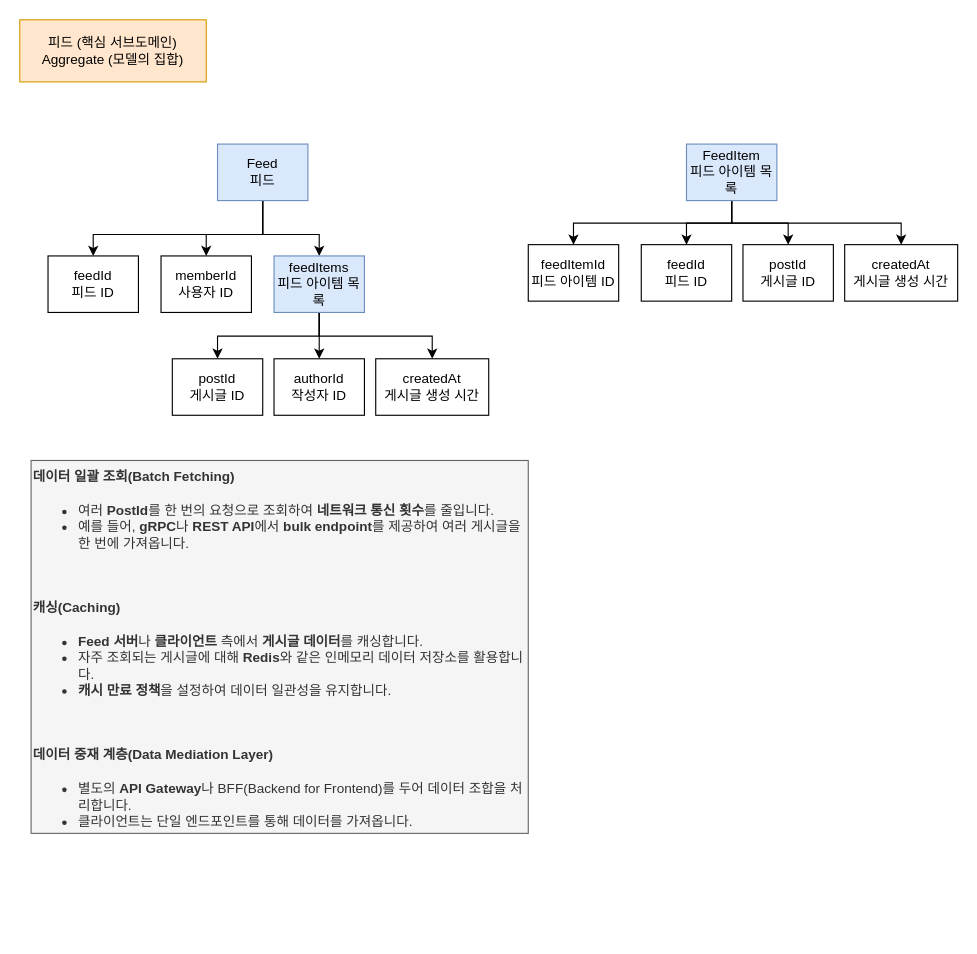
Earlier version of the draw.io diagram page "피드 - 서브 도메인" (9 of 12) of Pulse-msa.drawio (AmazingEffect/pulse-document). Source tidied: cells renumbered, new cells numbered last; positions are measured from the earlier drawing's top-left corner, leaving out a move shared by most shapes. Both pictures are drawn from the tidied source at 113%, with x=0, y=0 at pixel (19, 19).
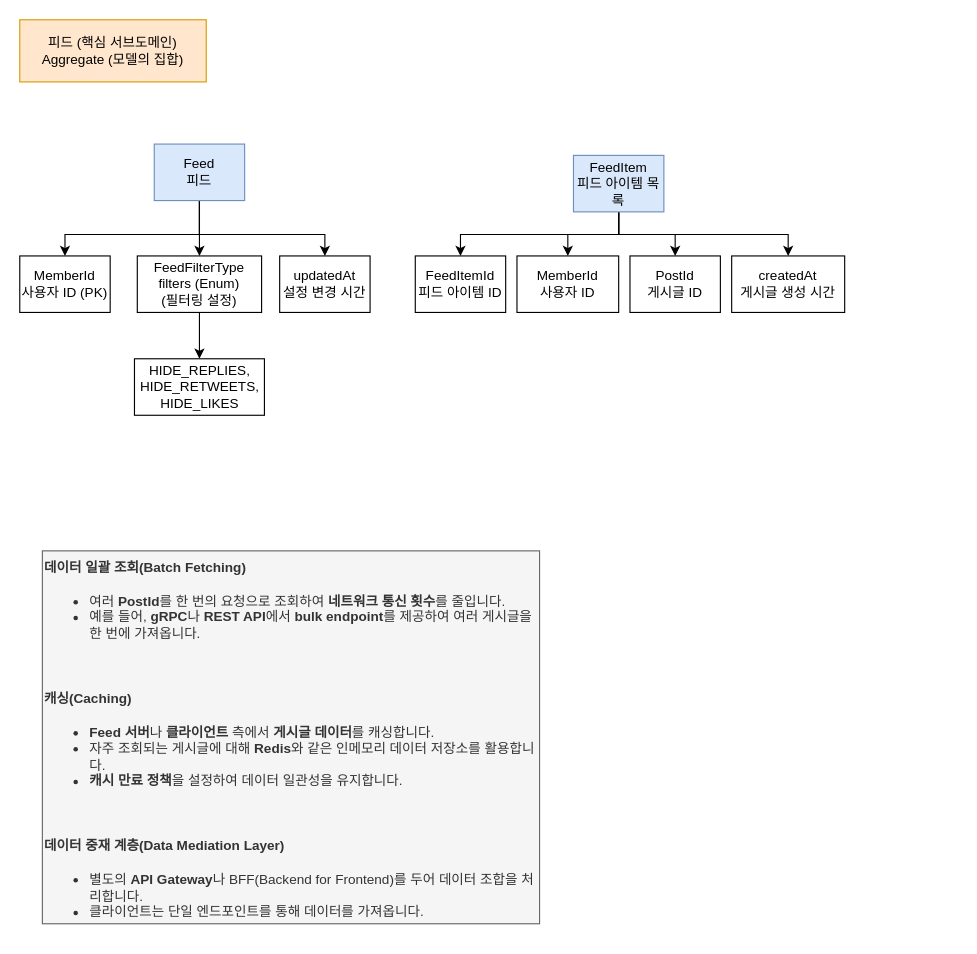
The same diagram, later.

What changed in the source:
```diff
@@
-    <mxCell id="3" style="edgeStyle=orthogonalEdgeStyle;rounded=0;jettySize=auto;html=1;" parent="1" edge="1" source="6" target="11">
-      <mxGeometry relative="1" as="geometry">
-        <Array as="points">
-          <mxPoint x="215" y="190" />
-          <mxPoint x="265" y="190" />
-        </Array>
-      </mxGeometry>
-    </mxCell>
     <mxCell id="4" style="edgeStyle=orthogonalEdgeStyle;rounded=0;jettySize=auto;html=1;entryX=0.5;entryY=0;entryDx=0;entryDy=0;" parent="1" edge="1" source="6" target="7">
       <mxGeometry relative="1" as="geometry">
         <Array as="points">
-          <mxPoint x="215" y="190" />
-          <mxPoint x="165" y="190" />
+          <mxPoint x="159" y="190" />
+          <mxPoint x="40" y="190" />
         </Array>
       </mxGeometry>
     </mxCell>
-    <mxCell id="5" style="edgeStyle=orthogonalEdgeStyle;rounded=0;jettySize=auto;html=1;entryX=0.5;entryY=0;entryDx=0;entryDy=0;" parent="1" edge="1" source="6" target="23">
-      <mxGeometry relative="1" as="geometry">
-        <Array as="points">
-          <mxPoint x="215" y="190" />
-          <mxPoint x="65" y="190" />
-        </Array>
-      </mxGeometry>
-    </mxCell>
+    <mxCell id="26" style="edgeStyle=orthogonalEdgeStyle;rounded=0;jettySize=auto;html=1;entryX=0.5;entryY=0;entryDx=0;entryDy=0;" parent="1" edge="1" source="6" target="30">
+      <mxGeometry relative="1" as="geometry" />
+    </mxCell>
+    <mxCell id="27" style="edgeStyle=orthogonalEdgeStyle;rounded=0;jettySize=auto;html=1;entryX=0.5;entryY=0;entryDx=0;entryDy=0;" parent="1" edge="1" source="6" target="28">
+      <mxGeometry relative="1" as="geometry">
+        <Array as="points">
+          <mxPoint x="159" y="190" />
+          <mxPoint x="270" y="190" />
+        </Array>
+      </mxGeometry>
+    </mxCell>
     <mxCell id="6" value="Feed&lt;br&gt;피드" style="rounded=0;whiteSpace=wrap;html=1;fillColor=#dae8fc;strokeColor=#6c8ebf;" parent="1" vertex="1">
-      <mxGeometry x="175" y="110" width="80" height="50" as="geometry" />
+      <mxGeometry x="119" y="110" width="80" height="50" as="geometry" />
     </mxCell>
-    <mxCell id="7" value="memberId&lt;br&gt;사용자 ID" style="rounded=0;whiteSpace=wrap;html=1;" parent="1" vertex="1">
-      <mxGeometry x="125" y="209" width="80" height="50" as="geometry" />
+    <mxCell id="7" value="MemberId&lt;br&gt;사용자 ID (PK)" style="rounded=0;whiteSpace=wrap;html=1;" parent="1" vertex="1">
+      <mxGeometry y="209" width="80" height="50" as="geometry" />
     </mxCell>
-    <mxCell id="8" style="edgeStyle=orthogonalEdgeStyle;rounded=0;jettySize=auto;html=1;entryX=0.5;entryY=0;entryDx=0;entryDy=0;" parent="1" edge="1" source="11" target="12">
-      <mxGeometry relative="1" as="geometry">
-        <Array as="points">
-          <mxPoint x="265" y="280" />
-          <mxPoint x="175" y="280" />
-        </Array>
-      </mxGeometry>
-    </mxCell>
-    <mxCell id="9" style="edgeStyle=orthogonalEdgeStyle;rounded=0;jettySize=auto;html=1;" parent="1" edge="1" source="11" target="13">
-      <mxGeometry relative="1" as="geometry" />
-    </mxCell>
-    <mxCell id="10" style="edgeStyle=orthogonalEdgeStyle;rounded=0;jettySize=auto;html=1;entryX=0.5;entryY=0;entryDx=0;entryDy=0;" parent="1" edge="1" source="11" target="14">
-      <mxGeometry relative="1" as="geometry">
-        <Array as="points">
-          <mxPoint x="265" y="280" />
-          <mxPoint x="365" y="280" />
-        </Array>
-      </mxGeometry>
-    </mxCell>
-    <mxCell id="11" value="feedItems&lt;br&gt;피드 아이템 목록" style="rounded=0;whiteSpace=wrap;html=1;fillColor=#dae8fc;strokeColor=#6c8ebf;" parent="1" vertex="1">
-      <mxGeometry x="225" y="209" width="80" height="50" as="geometry" />
-    </mxCell>
-    <mxCell id="12" value="postId&lt;br&gt;게시글 ID" style="rounded=0;whiteSpace=wrap;html=1;" parent="1" vertex="1">
-      <mxGeometry x="135" y="300" width="80" height="50" as="geometry" />
-    </mxCell>
-    <mxCell id="13" value="authorId&lt;br&gt;작성자 ID" style="rounded=0;whiteSpace=wrap;html=1;" parent="1" vertex="1">
-      <mxGeometry x="225" y="300" width="80" height="50" as="geometry" />
-    </mxCell>
-    <mxCell id="14" value="createdAt&lt;br&gt;게시글 생성 시간" style="rounded=0;whiteSpace=wrap;html=1;" parent="1" vertex="1">
-      <mxGeometry x="315" y="300" width="100" height="50" as="geometry" />
-    </mxCell>
     <mxCell id="15" style="edgeStyle=orthogonalEdgeStyle;rounded=0;jettySize=auto;html=1;entryX=0.5;entryY=0;entryDx=0;entryDy=0;" parent="1" edge="1" source="19" target="24">
       <mxGeometry relative="1" as="geometry">
         <Array as="points">
-          <mxPoint x="630" y="180" />
-          <mxPoint x="490" y="180" />
+          <mxPoint x="530" y="190" />
+          <mxPoint x="390" y="190" />
         </Array>
       </mxGeometry>
     </mxCell>
@@
     <mxCell id="18" style="edgeStyle=orthogonalEdgeStyle;rounded=0;jettySize=auto;html=1;entryX=0.5;entryY=0;entryDx=0;entryDy=0;" parent="1" edge="1" source="19" target="22">
       <mxGeometry relative="1" as="geometry">
         <Array as="points">
-          <mxPoint x="630" y="180" />
-          <mxPoint x="780" y="180" />
+          <mxPoint x="530" y="190" />
+          <mxPoint x="680" y="190" />
         </Array>
       </mxGeometry>
     </mxCell>
     <mxCell id="19" value="FeedItem&lt;br&gt;피드 아이템 목록" style="rounded=0;whiteSpace=wrap;html=1;fillColor=#dae8fc;strokeColor=#6c8ebf;" parent="1" vertex="1">
-      <mxGeometry x="590" y="110" width="80" height="50" as="geometry" />
+      <mxGeometry x="490" y="120" width="80" height="50" as="geometry" />
     </mxCell>
-    <mxCell id="20" value="feedId&lt;br style=&quot;border-color: var(--border-color);&quot;&gt;피드 ID" style="rounded=0;whiteSpace=wrap;html=1;" parent="1" vertex="1">
-      <mxGeometry x="550" y="199" width="80" height="50" as="geometry" />
+    <mxCell id="20" value="MemberId&lt;br style=&quot;border-color: var(--border-color);&quot;&gt;사용자 ID" style="rounded=0;whiteSpace=wrap;html=1;" parent="1" vertex="1">
+      <mxGeometry x="440" y="209" width="90" height="50" as="geometry" />
     </mxCell>
-    <mxCell id="21" value="postId&lt;br&gt;게시글 ID" style="rounded=0;whiteSpace=wrap;html=1;" parent="1" vertex="1">
-      <mxGeometry x="640" y="199" width="80" height="50" as="geometry" />
+    <mxCell id="21" value="PostId&lt;br&gt;게시글 ID" style="rounded=0;whiteSpace=wrap;html=1;" parent="1" vertex="1">
+      <mxGeometry x="540" y="209" width="80" height="50" as="geometry" />
     </mxCell>
     <mxCell id="22" value="createdAt&lt;br&gt;게시글 생성 시간" style="rounded=0;whiteSpace=wrap;html=1;" parent="1" vertex="1">
-      <mxGeometry x="730" y="199" width="100" height="50" as="geometry" />
+      <mxGeometry x="630" y="209" width="100" height="50" as="geometry" />
     </mxCell>
-    <mxCell id="23" value="feedId&lt;br&gt;피드 ID" style="rounded=0;whiteSpace=wrap;html=1;" parent="1" vertex="1">
-      <mxGeometry x="25" y="209" width="80" height="50" as="geometry" />
-    </mxCell>
-    <mxCell id="24" value="feedItemId&lt;br&gt;피드 아이템 ID" style="rounded=0;whiteSpace=wrap;html=1;" parent="1" vertex="1">
-      <mxGeometry x="450" y="199" width="80" height="50" as="geometry" />
+    <mxCell id="24" value="FeedItemId&lt;br&gt;피드 아이템 ID" style="rounded=0;whiteSpace=wrap;html=1;" parent="1" vertex="1">
+      <mxGeometry x="350" y="209" width="80" height="50" as="geometry" />
     </mxCell>
     <mxCell id="25" value="&lt;h4&gt;데이터 일괄 조회(Batch Fetching)&lt;/h4&gt;&lt;ul&gt;&lt;li&gt;여러 &lt;strong&gt;PostId&lt;/strong&gt;를 한 번의 요청으로 조회하여 &lt;strong&gt;네트워크 통신 횟수&lt;/strong&gt;를 줄입니다.&lt;/li&gt;&lt;li&gt;예를 들어, &lt;strong&gt;gRPC&lt;/strong&gt;나 &lt;strong&gt;REST API&lt;/strong&gt;에서 &lt;strong&gt;bulk endpoint&lt;/strong&gt;를 제공하여 여러 게시글을 한 번에 가져옵니다.&lt;/li&gt;&lt;/ul&gt;&lt;div&gt;&lt;br&gt;&lt;/div&gt;&lt;div&gt;&lt;h4&gt;캐싱(Caching)&lt;/h4&gt;&lt;ul&gt;&lt;li&gt;&lt;strong&gt;Feed 서버&lt;/strong&gt;나 &lt;strong&gt;클라이언트&lt;/strong&gt; 측에서 &lt;strong&gt;게시글 데이터&lt;/strong&gt;를 캐싱합니다.&lt;/li&gt;&lt;li&gt;자주 조회되는 게시글에 대해 &lt;strong&gt;Redis&lt;/strong&gt;와 같은 인메모리 데이터 저장소를 활용합니다.&lt;/li&gt;&lt;li&gt;&lt;strong&gt;캐시 만료 정책&lt;/strong&gt;을 설정하여 데이터 일관성을 유지합니다.&lt;/li&gt;&lt;/ul&gt;&lt;div&gt;&lt;br&gt;&lt;/div&gt;&lt;div&gt;&lt;h4&gt;데이터 중재 계층(Data Mediation Layer)&lt;/h4&gt;&lt;ul&gt;&lt;li&gt;별도의 &lt;strong&gt;API Gateway&lt;/strong&gt;나 BFF(Backend for Frontend)를 두어 데이터 조합을 처리합니다.&lt;/li&gt;&lt;li&gt;클라이언트는 단일 엔드포인트를 통해 데이터를 가져옵니다.&lt;/li&gt;&lt;/ul&gt;&lt;/div&gt;&lt;/div&gt;" style="text;html=1;strokeColor=#666666;fillColor=#f5f5f5;align=left;verticalAlign=middle;whiteSpace=wrap;rounded=0;fontColor=#333333;" parent="1" vertex="1">
-      <mxGeometry x="10" y="390" width="440" height="330" as="geometry" />
+      <mxGeometry x="20" y="470" width="440" height="330" as="geometry" />
     </mxCell>
+    <mxCell id="28" value="updatedAt&lt;br&gt;설정 변경 시간" style="rounded=0;whiteSpace=wrap;html=1;" parent="1" vertex="1">
+      <mxGeometry x="230" y="209" width="80" height="50" as="geometry" />
+    </mxCell>
+    <mxCell id="29" style="edgeStyle=orthogonalEdgeStyle;rounded=0;jettySize=auto;html=1;" parent="1" edge="1" source="30" target="31">
+      <mxGeometry relative="1" as="geometry" />
+    </mxCell>
+    <mxCell id="30" value="FeedFilterType&lt;br&gt;filters (Enum)&lt;br&gt;(필터링 설정)" style="rounded=0;whiteSpace=wrap;html=1;" parent="1" vertex="1">
+      <mxGeometry x="104" y="209" width="110" height="50" as="geometry" />
+    </mxCell>
+    <mxCell id="31" value="HIDE_REPLIES,&lt;br&gt;HIDE_RETWEETS,&lt;br&gt;HIDE_LIKES" style="rounded=0;whiteSpace=wrap;html=1;" parent="1" vertex="1">
+      <mxGeometry x="101.5" y="300" width="115" height="50" as="geometry" />
+    </mxCell>
```
